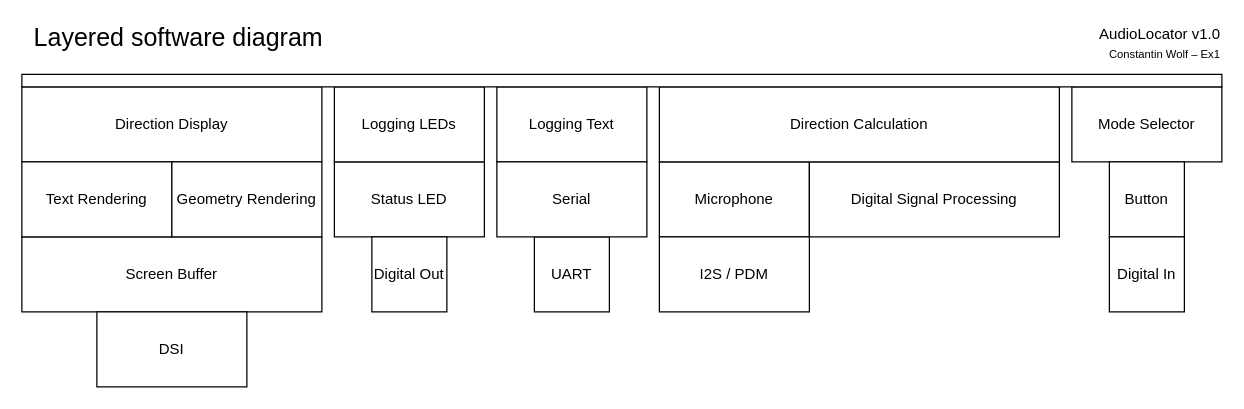
constant-flow/making-embedded-systems keeps this draw.io diagram as final_project_new/doc_assets/diag-layered.drawio. Above is the earlier version. Source tidied: cells renumbered, new cells numbered last; positions are measured from the earlier drawing's top-left corner, leaving out a move shared by most shapes. Both pictures are drawn from the tidied source at 125%, with x=0, y=0 at pixel (21, 24).
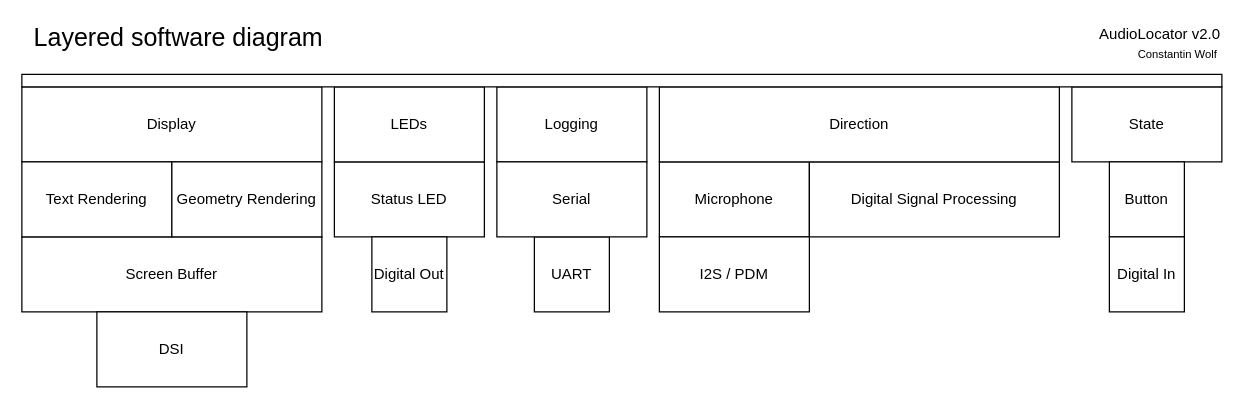
The same diagram, later.

The edit, as a diff of the source:
```diff
@@
-    <mxCell id="3" value="Direction Display" style="whiteSpace=wrap;html=1;" parent="1" vertex="1">
+    <mxCell id="3" value="Display" style="whiteSpace=wrap;html=1;" parent="1" vertex="1">
       <mxGeometry y="50" width="240" height="60" as="geometry" />
     </mxCell>
@@
-    <mxCell id="6" value="Logging Text" style="whiteSpace=wrap;html=1;" parent="1" vertex="1">
+    <mxCell id="6" value="Logging" style="whiteSpace=wrap;html=1;" parent="1" vertex="1">
       <mxGeometry x="380" y="50" width="120" height="60" as="geometry" />
     </mxCell>
@@
-    <mxCell id="10" value="Logging LEDs" style="whiteSpace=wrap;html=1;" parent="1" vertex="1">
+    <mxCell id="10" value="LEDs" style="whiteSpace=wrap;html=1;" parent="1" vertex="1">
       <mxGeometry x="250" y="50" width="120" height="60" as="geometry" />
     </mxCell>
@@
-    <mxCell id="13" value="Direction Calculation" style="whiteSpace=wrap;html=1;" parent="1" vertex="1">
+    <mxCell id="13" value="Direction" style="whiteSpace=wrap;html=1;" parent="1" vertex="1">
       <mxGeometry x="510" y="50" width="320" height="60" as="geometry" />
     </mxCell>
-    <mxCell id="14" value="Mode Selector" style="whiteSpace=wrap;html=1;" parent="1" vertex="1">
+    <mxCell id="14" value="State" style="whiteSpace=wrap;html=1;" parent="1" vertex="1">
       <mxGeometry x="840" y="50" width="120" height="60" as="geometry" />
     </mxCell>
@@
-    <mxCell id="20" value="&lt;span&gt;AudioLocator v1.0&lt;br&gt;&lt;/span&gt;&lt;div&gt;&lt;span&gt;&lt;font style=&quot;font-size: 9px&quot;&gt;Constantin Wolf – Ex1&lt;/font&gt;&lt;/span&gt;&lt;/div&gt;" style="text;html=1;align=right;verticalAlign=middle;strokeColor=none;" parent="1" vertex="1">
+    <mxCell id="20" value="&lt;span&gt;AudioLocator v2.0&lt;br&gt;&lt;/span&gt;&lt;div&gt;&lt;span&gt;&lt;font style=&quot;font-size: 9px&quot;&gt;Constantin Wolf&amp;nbsp;&lt;/font&gt;&lt;/span&gt;&lt;/div&gt;" style="text;html=1;align=right;verticalAlign=middle;strokeColor=none;" parent="1" vertex="1">
       <mxGeometry x="850" width="110" height="30" as="geometry" />
     </mxCell>
```
